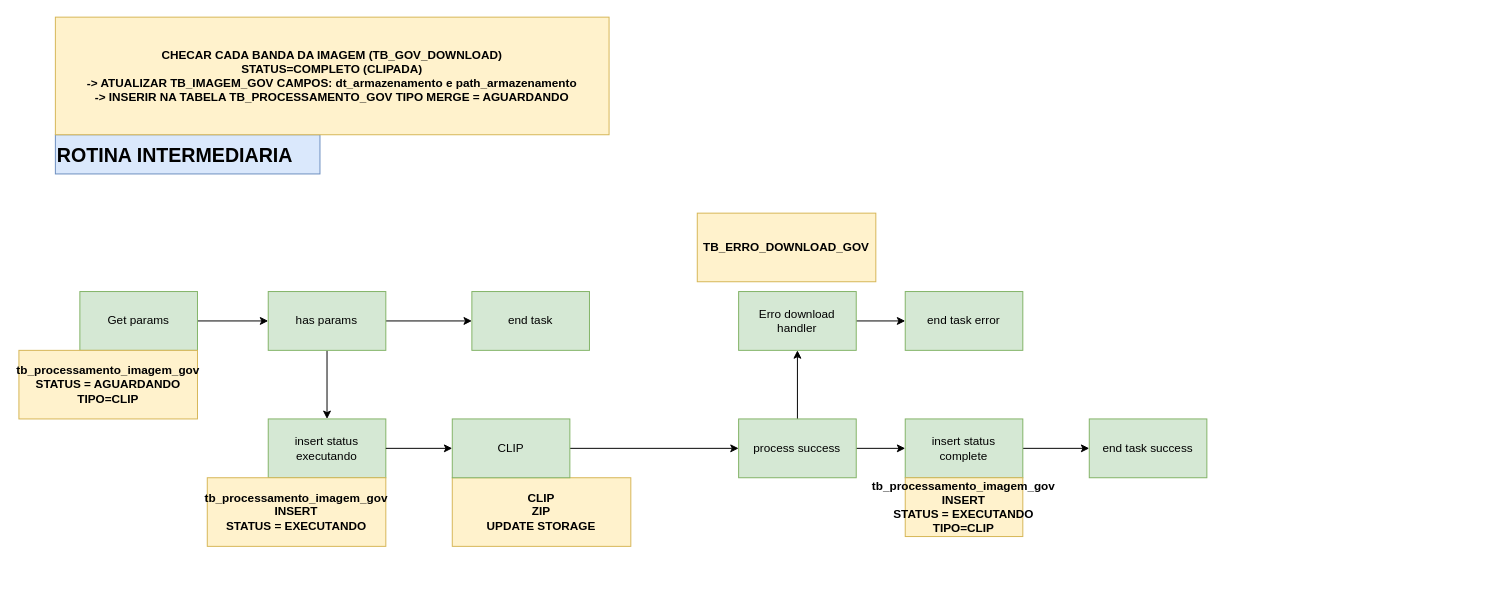
Earlier version of the draw.io diagram page "Fluxograma Merge" (5 of 5) of API_INDICES_HD.drawio (gabrielk-visiona/data-teste). Source tidied: cells renumbered, new cells numbered last; positions are measured from the earlier drawing's top-left corner, leaving out a move shared by most shapes. Both pictures are drawn from the tidied source at 98%, with x=0, y=0 at pixel (19, 17).
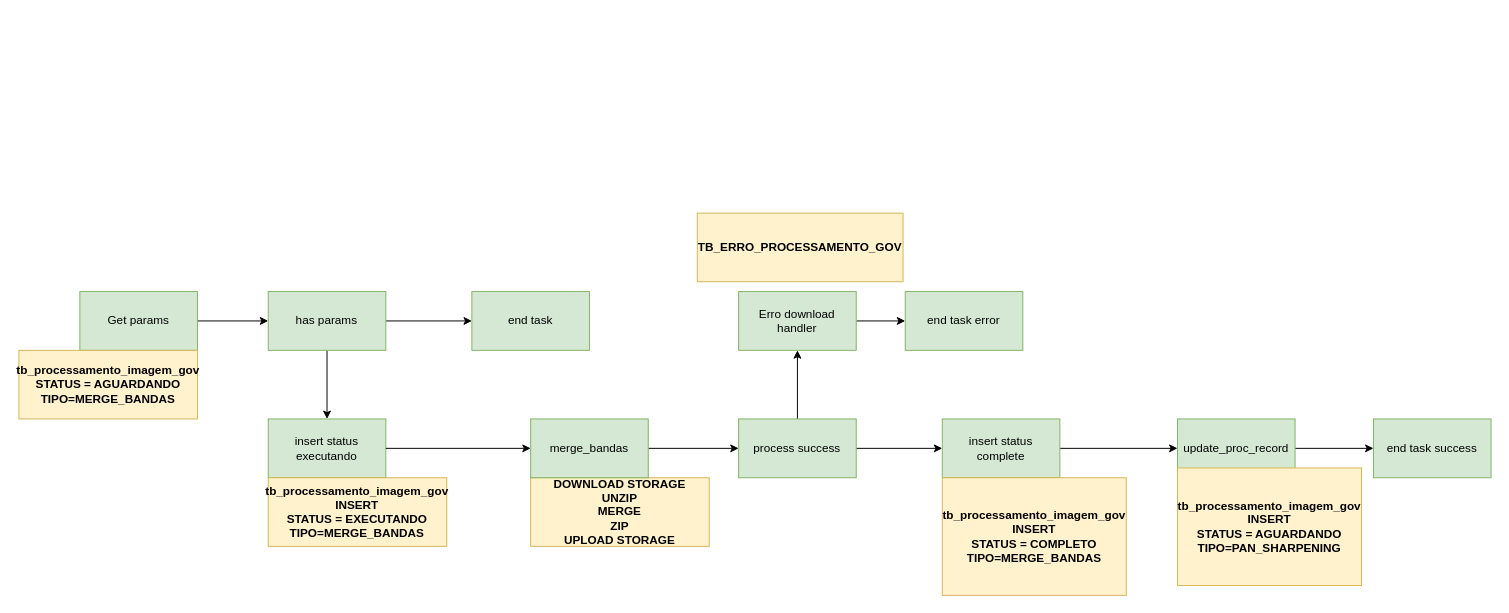
The same page after the edit.

Change to the diagram source:
```diff
@@
-    <mxCell id="5" style="edgeStyle=orthogonalEdgeStyle;rounded=0;jettySize=auto;html=1;" parent="1" edge="1" source="6" target="23">
-      <mxGeometry relative="1" as="geometry" />
-    </mxCell>
+    <mxCell id="28" style="edgeStyle=orthogonalEdgeStyle;rounded=0;jettySize=auto;html=1;" parent="1" edge="1" source="6" target="30">
+      <mxGeometry relative="1" as="geometry" />
+    </mxCell>
     <mxCell id="6" value="insert status &lt;br&gt;complete" style="rounded=0;whiteSpace=wrap;html=1;fillColor=#d5e8d4;strokeColor=#82b366;" parent="1" vertex="1">
-      <mxGeometry x="904.2" y="410" width="120" height="60" as="geometry" />
+      <mxGeometry x="942" y="410" width="120" height="60" as="geometry" />
     </mxCell>
@@
-    <mxCell id="16" value="ROTINA INTERMEDIARIA&amp;nbsp;" style="text;html=1;align=left;verticalAlign=middle;strokeColor=#6c8ebf;fillColor=#dae8fc;fontStyle=1;fontSize=20;" parent="1" vertex="1">
-      <mxGeometry x="37" y="120" width="270" height="40" as="geometry" />
-    </mxCell>
-    <mxCell id="17" value="&lt;div&gt;&lt;span style=&quot;text-wrap: nowrap;&quot;&gt;tb_processamento_imagem_gov&lt;/span&gt;&lt;/div&gt;&lt;div&gt;STATUS = AGUARDANDO&lt;/div&gt;&lt;div&gt;TIPO=CLIP&lt;/div&gt;" style="text;html=1;align=center;verticalAlign=middle;whiteSpace=wrap;rounded=0;fillColor=#fff2cc;strokeColor=#d6b656;fontStyle=1;" parent="1" vertex="1">
+    <mxCell id="17" value="&lt;div&gt;&lt;span style=&quot;text-wrap: nowrap;&quot;&gt;tb_processamento_imagem_gov&lt;/span&gt;&lt;/div&gt;&lt;div&gt;STATUS = AGUARDANDO&lt;/div&gt;&lt;div&gt;TIPO=MERGE_BANDAS&lt;/div&gt;" style="text;html=1;align=center;verticalAlign=middle;whiteSpace=wrap;rounded=0;fillColor=#fff2cc;strokeColor=#d6b656;fontStyle=1;" parent="1" vertex="1">
       <mxGeometry x="-0.2" y="340" width="182.2" height="70" as="geometry" />
     </mxCell>
-    <mxCell id="18" value="&lt;div&gt;&lt;span style=&quot;text-wrap: nowrap;&quot;&gt;tb_processamento_imagem_gov&lt;/span&gt;&lt;/div&gt;&lt;div&gt;INSERT&lt;/div&gt;&lt;div&gt;STATUS = EXECUTANDO&lt;/div&gt;&lt;div&gt;TIPO=CLIP&lt;/div&gt;" style="text;html=1;align=center;verticalAlign=middle;whiteSpace=wrap;rounded=0;fillColor=#fff2cc;strokeColor=#d6b656;fontStyle=1;" parent="1" vertex="1">
-      <mxGeometry x="904.2" y="470" width="120" height="60" as="geometry" />
+    <mxCell id="18" value="&lt;div&gt;&lt;span style=&quot;text-wrap: nowrap;&quot;&gt;tb_processamento_imagem_gov&lt;/span&gt;&lt;/div&gt;&lt;div&gt;INSERT&lt;/div&gt;&lt;div&gt;STATUS = COMPLETO&lt;/div&gt;&lt;div&gt;TIPO=MERGE_BANDAS&lt;/div&gt;" style="text;html=1;align=center;verticalAlign=middle;whiteSpace=wrap;rounded=0;fillColor=#fff2cc;strokeColor=#d6b656;fontStyle=1;" parent="1" vertex="1">
+      <mxGeometry x="942" y="470" width="187.8" height="120" as="geometry" />
     </mxCell>
-    <mxCell id="19" value="&lt;span style=&quot;text-wrap: nowrap;&quot;&gt;TB_ERRO_DOWNLOAD_GOV&lt;/span&gt;" style="text;html=1;align=center;verticalAlign=middle;whiteSpace=wrap;rounded=0;fillColor=#fff2cc;strokeColor=#d6b656;fontStyle=1;" parent="1" vertex="1">
-      <mxGeometry x="692" y="200" width="182.2" height="70" as="geometry" />
+    <mxCell id="19" value="&lt;span style=&quot;text-wrap: nowrap;&quot;&gt;TB_ERRO_PROCESSAMENTO_GOV&lt;/span&gt;" style="text;html=1;align=center;verticalAlign=middle;whiteSpace=wrap;rounded=0;fillColor=#fff2cc;strokeColor=#d6b656;fontStyle=1;" parent="1" vertex="1">
+      <mxGeometry x="692" y="200" width="210" height="70" as="geometry" />
     </mxCell>
-    <mxCell id="20" value="&lt;div&gt;&lt;span style=&quot;text-wrap: nowrap;&quot;&gt;tb_processamento_imagem_gov&lt;/span&gt;&lt;/div&gt;&lt;div&gt;INSERT&lt;/div&gt;&lt;div&gt;STATUS = EXECUTANDO&lt;/div&gt;" style="text;html=1;align=center;verticalAlign=middle;whiteSpace=wrap;rounded=0;fillColor=#fff2cc;strokeColor=#d6b656;fontStyle=1;" parent="1" vertex="1">
-      <mxGeometry x="192" y="470" width="182.2" height="70" as="geometry" />
+    <mxCell id="20" value="&lt;div&gt;&lt;span style=&quot;text-wrap: nowrap;&quot;&gt;tb_processamento_imagem_gov&lt;/span&gt;&lt;/div&gt;&lt;div&gt;INSERT&lt;/div&gt;&lt;div&gt;STATUS = EXECUTANDO&lt;br&gt;TIPO=MERGE_BANDAS&lt;br&gt;&lt;/div&gt;" style="text;html=1;align=center;verticalAlign=middle;whiteSpace=wrap;rounded=0;fillColor=#fff2cc;strokeColor=#d6b656;fontStyle=1;" parent="1" vertex="1">
+      <mxGeometry x="254.2" y="470" width="182.2" height="70" as="geometry" />
     </mxCell>
-    <mxCell id="21" value="&lt;div&gt;&lt;span style=&quot;text-wrap: nowrap;&quot;&gt;CLIP&lt;/span&gt;&lt;/div&gt;&lt;div&gt;&lt;span style=&quot;text-wrap: nowrap;&quot;&gt;ZIP&lt;/span&gt;&lt;/div&gt;&lt;div&gt;&lt;span style=&quot;text-wrap: nowrap;&quot;&gt;UPDATE STORAGE&lt;/span&gt;&lt;/div&gt;" style="text;html=1;align=center;verticalAlign=middle;whiteSpace=wrap;rounded=0;fillColor=#fff2cc;strokeColor=#d6b656;fontStyle=1;" parent="1" vertex="1">
-      <mxGeometry x="442" y="470" width="182.2" height="70" as="geometry" />
+    <mxCell id="21" value="&lt;div&gt;&lt;span style=&quot;text-wrap: nowrap;&quot;&gt;DOWNLOAD STORAGE&lt;/span&gt;&lt;/div&gt;&lt;div&gt;&lt;span style=&quot;text-wrap: nowrap;&quot;&gt;UNZIP&lt;/span&gt;&lt;/div&gt;&lt;div&gt;&lt;span style=&quot;text-wrap: nowrap;&quot;&gt;MERGE&lt;/span&gt;&lt;/div&gt;&lt;div&gt;&lt;span style=&quot;text-wrap: nowrap;&quot;&gt;ZIP&lt;/span&gt;&lt;/div&gt;&lt;div&gt;&lt;span style=&quot;text-wrap: nowrap;&quot;&gt;UPLOAD STORAGE&lt;/span&gt;&lt;/div&gt;" style="text;html=1;align=center;verticalAlign=middle;whiteSpace=wrap;rounded=0;fillColor=#fff2cc;strokeColor=#d6b656;fontStyle=1;" parent="1" vertex="1">
+      <mxGeometry x="522" y="470" width="182.2" height="70" as="geometry" />
     </mxCell>
@@
     <mxCell id="23" value="end task success" style="whiteSpace=wrap;html=1;fillColor=#d5e8d4;strokeColor=#82b366;rounded=0;" parent="1" vertex="1">
-      <mxGeometry x="1092" y="410" width="120" height="60" as="geometry" />
+      <mxGeometry x="1382" y="410" width="120" height="60" as="geometry" />
     </mxCell>
@@
-    <mxCell id="26" value="CLIP" style="rounded=0;whiteSpace=wrap;html=1;fillColor=#d5e8d4;strokeColor=#82b366;" parent="1" vertex="1">
-      <mxGeometry x="442" y="410" width="120" height="60" as="geometry" />
+    <mxCell id="26" value="merge_bandas" style="rounded=0;whiteSpace=wrap;html=1;fillColor=#d5e8d4;strokeColor=#82b366;" parent="1" vertex="1">
+      <mxGeometry x="522" y="410" width="120" height="60" as="geometry" />
     </mxCell>
-    <mxCell id="27" value="&lt;span style=&quot;text-wrap: nowrap;&quot;&gt;CHECAR CADA BANDA DA IMAGEM (TB_GOV_DOWNLOAD)&lt;/span&gt;&lt;div&gt;&lt;span style=&quot;text-wrap: nowrap;&quot;&gt;STATUS=COMPLETO (CLIPADA)&lt;/span&gt;&lt;/div&gt;&lt;div&gt;&lt;span style=&quot;text-wrap: nowrap;&quot;&gt;-&amp;gt; ATUALIZAR TB_IMAGEM_GOV CAMPOS: dt_armazenamento e path_armazenamento&lt;/span&gt;&lt;/div&gt;&lt;div&gt;&lt;span style=&quot;text-wrap: nowrap;&quot;&gt;-&amp;gt; INSERIR NA TABELA TB_PROCESSAMENTO_GOV TIPO MERGE = AGUARDANDO&lt;/span&gt;&lt;/div&gt;" style="text;html=1;align=center;verticalAlign=middle;whiteSpace=wrap;rounded=0;fillColor=#fff2cc;strokeColor=#d6b656;fontStyle=1;" parent="1" vertex="1">
-      <mxGeometry x="37" width="565" height="120" as="geometry" />
-    </mxCell>
+    <mxCell id="29" style="edgeStyle=orthogonalEdgeStyle;rounded=0;jettySize=auto;html=1;" parent="1" edge="1" source="30" target="23">
+      <mxGeometry relative="1" as="geometry" />
+    </mxCell>
+    <mxCell id="30" value="update_proc_record" style="whiteSpace=wrap;html=1;fillColor=#d5e8d4;strokeColor=#82b366;rounded=0;" parent="1" vertex="1">
+      <mxGeometry x="1182" y="410" width="120" height="60" as="geometry" />
+    </mxCell>
+    <mxCell id="31" value="&lt;div&gt;&lt;span style=&quot;text-wrap: nowrap;&quot;&gt;tb_processamento_imagem_gov&lt;/span&gt;&lt;/div&gt;&lt;div&gt;INSERT&lt;/div&gt;&lt;div&gt;STATUS = AGUARDANDO&lt;/div&gt;&lt;div&gt;TIPO=PAN_SHARPENING&lt;/div&gt;" style="text;html=1;align=center;verticalAlign=middle;whiteSpace=wrap;rounded=0;fillColor=#fff2cc;strokeColor=#d6b656;fontStyle=1;" parent="1" vertex="1">
+      <mxGeometry x="1182" y="460" width="187.8" height="120" as="geometry" />
+    </mxCell>
```
